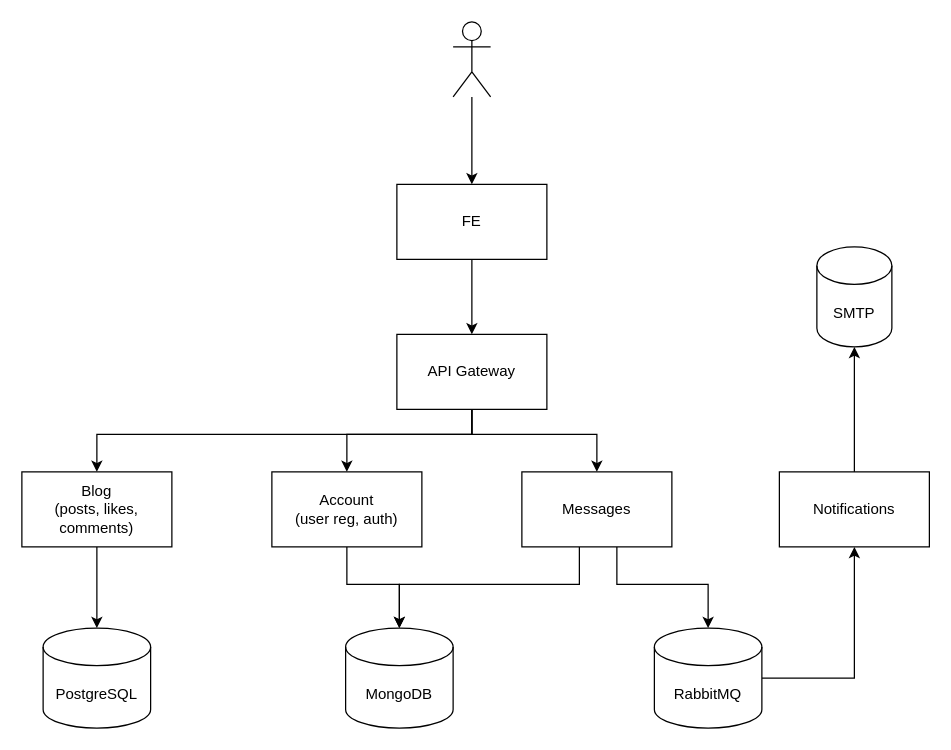
htmlacademy-nestjs/489241-readme-6 keeps this draw.io diagram as specification.drawio. Above is the earlier version. Source tidied: cells renumbered, new cells numbered last; positions are measured from the earlier drawing's top-left corner, leaving out a move shared by most shapes. Both pictures are drawn from the tidied source at 125%, with x=0, y=0 at pixel (21, 21).
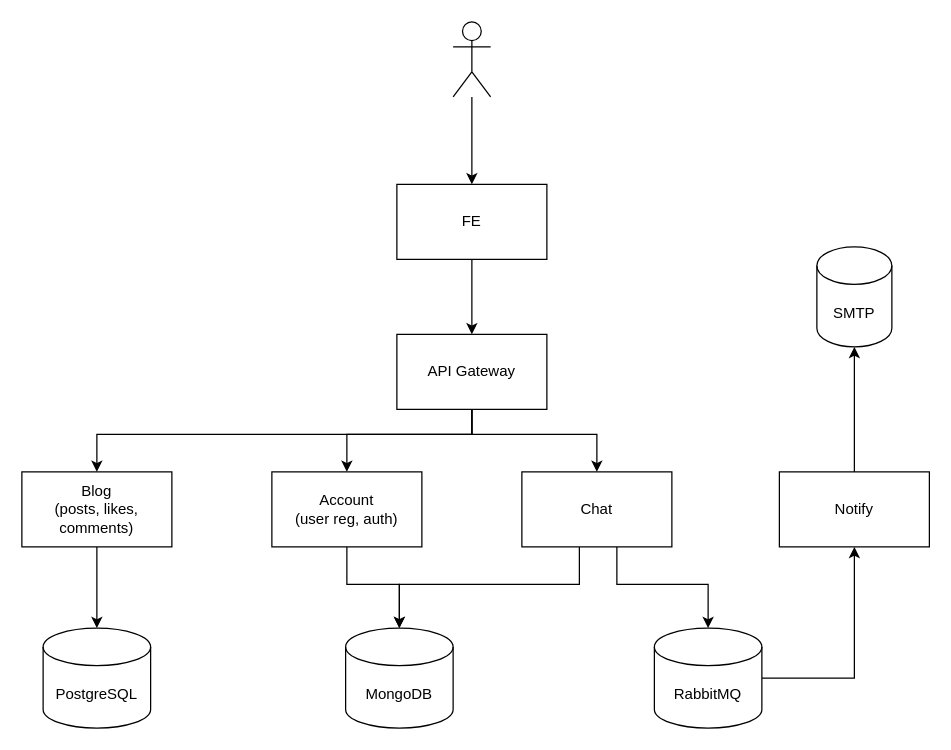
The same page after the edit.

Change to the diagram source:
```diff
@@
-    <mxCell id="9" value="Messages" style="rounded=0;whiteSpace=wrap;html=1;" parent="1" vertex="1">
+    <mxCell id="9" value="Chat" style="rounded=0;whiteSpace=wrap;html=1;" parent="1" vertex="1">
       <mxGeometry x="400" y="360" width="120" height="60" as="geometry" />
     </mxCell>
@@
-    <mxCell id="11" value="Notifications" style="rounded=0;whiteSpace=wrap;html=1;" parent="1" vertex="1">
+    <mxCell id="11" value="Notify" style="rounded=0;whiteSpace=wrap;html=1;" parent="1" vertex="1">
       <mxGeometry x="606" y="360" width="120" height="60" as="geometry" />
     </mxCell>
```
